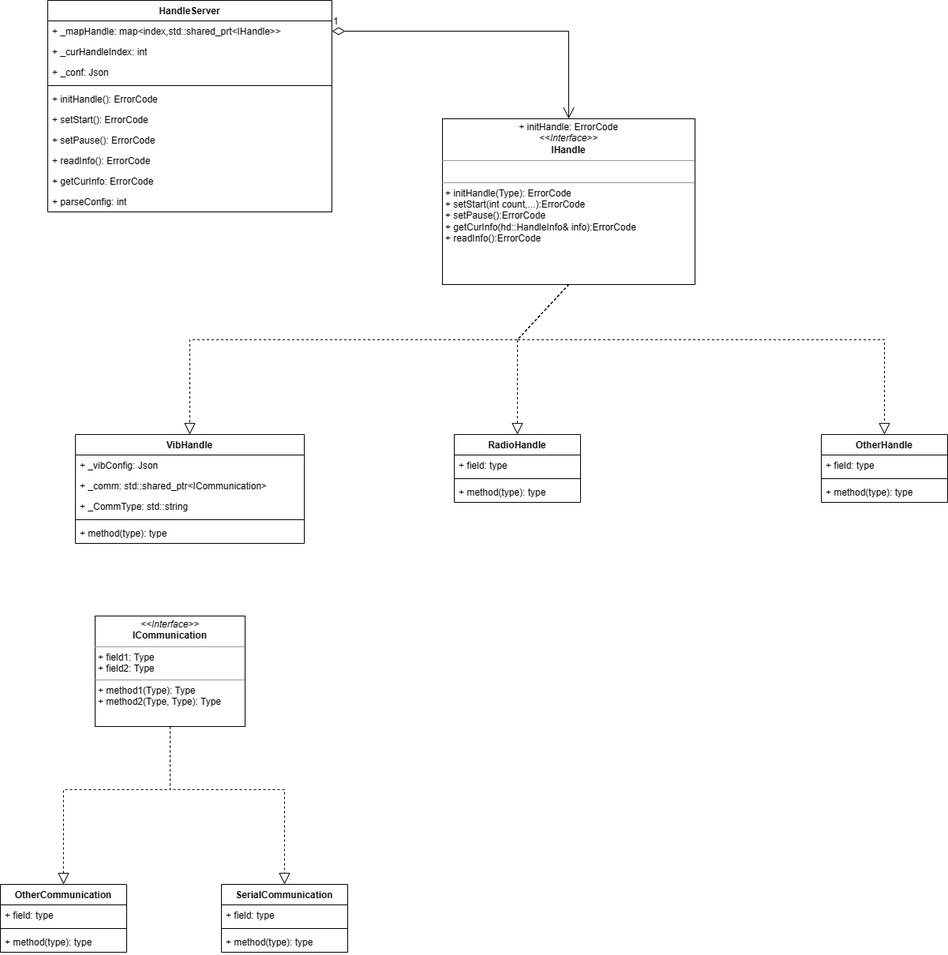
Earlier version of the draw.io export 理疗/理疗.drawio.png (Durpe/Drawio). Source tidied: cells renumbered, new cells last; positions are measured from the earlier drawing's top-left corner, leaving out a move shared by most shapes.
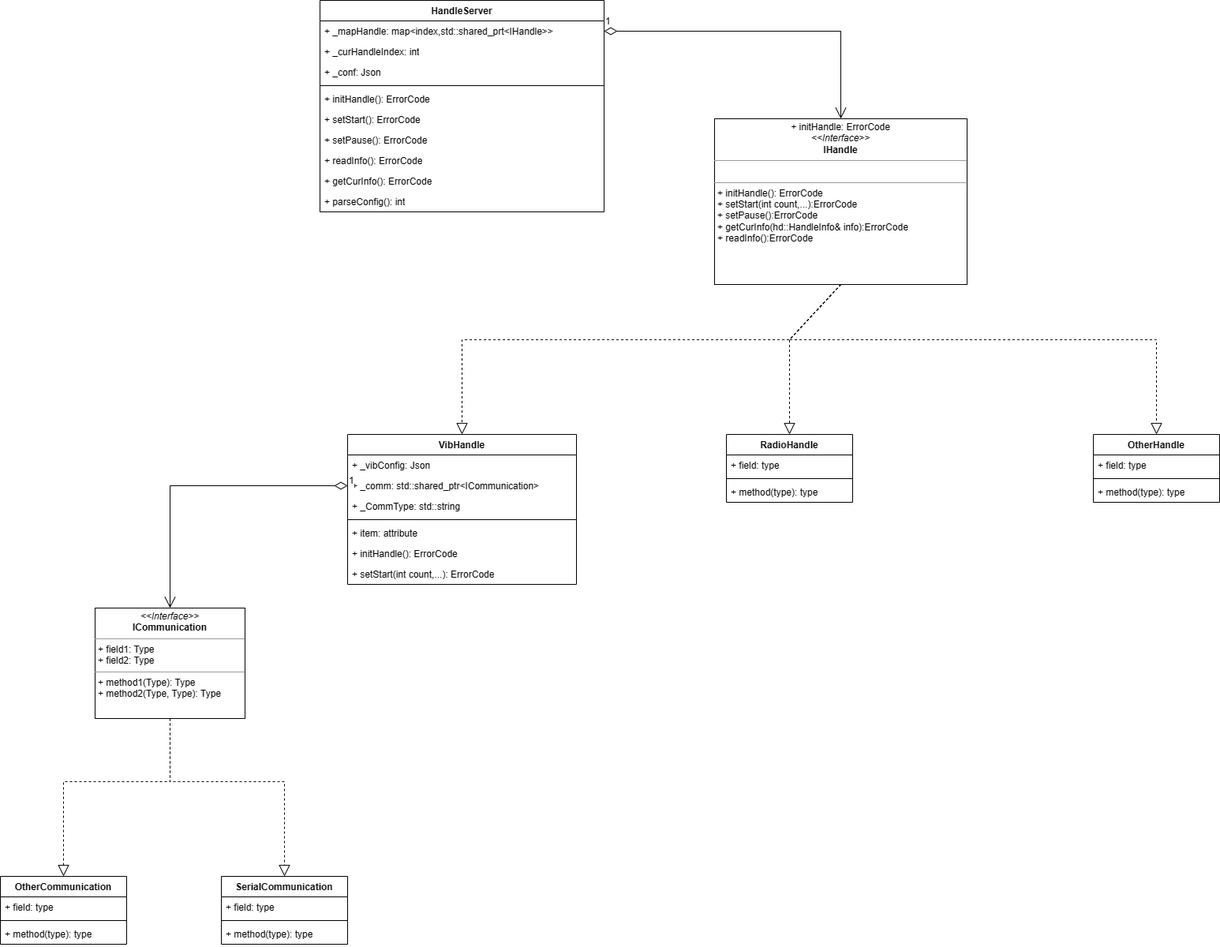
The same file after the commit.

The edit, as a diff of the source:
```diff
@@ -2,11 +2,11 @@
   <root>
     <mxCell id="0" />
     <mxCell id="1" parent="0" />
-    <mxCell id="2" value="&lt;p style=&quot;margin:0px;margin-top:4px;text-align:center;&quot;&gt;+ initHandle: ErrorCode&lt;br&gt;&lt;i&gt;&amp;lt;&amp;lt;Interface&amp;gt;&amp;gt;&lt;/i&gt;&lt;br&gt;&lt;b&gt;IHandle&lt;/b&gt;&lt;/p&gt;&lt;hr size=&quot;1&quot;&gt;&lt;p style=&quot;margin:0px;margin-left:4px;&quot;&gt;&lt;br&gt;&lt;/p&gt;&lt;hr size=&quot;1&quot;&gt;&lt;p style=&quot;margin:0px;margin-left:4px;&quot;&gt;+ initHandle(Type): ErrorCode&lt;br&gt;+ setStart(int count,...):ErrorCode&lt;/p&gt;&lt;p style=&quot;margin:0px;margin-left:4px;&quot;&gt;+ setPause():ErrorCode&lt;/p&gt;&lt;p style=&quot;margin:0px;margin-left:4px;&quot;&gt;+&amp;nbsp;getCurInfo(hd::HandleInfo&amp;amp; info):ErrorCode&lt;/p&gt;&lt;p style=&quot;margin:0px;margin-left:4px;&quot;&gt;+&amp;nbsp;readInfo():ErrorCode&lt;/p&gt;" style="verticalAlign=top;align=left;overflow=fill;fontSize=12;fontFamily=Helvetica;html=1;whiteSpace=wrap;" parent="1" vertex="1">
+    <mxCell id="2" value="&lt;p style=&quot;margin:0px;margin-top:4px;text-align:center;&quot;&gt;+ initHandle: ErrorCode&lt;br&gt;&lt;i&gt;&amp;lt;&amp;lt;Interface&amp;gt;&amp;gt;&lt;/i&gt;&lt;br&gt;&lt;b&gt;IHandle&lt;/b&gt;&lt;/p&gt;&lt;hr size=&quot;1&quot;&gt;&lt;p style=&quot;margin:0px;margin-left:4px;&quot;&gt;&lt;br&gt;&lt;/p&gt;&lt;hr size=&quot;1&quot;&gt;&lt;p style=&quot;margin:0px;margin-left:4px;&quot;&gt;+ initHandle(): ErrorCode&lt;br&gt;+ setStart(int count,...):ErrorCode&lt;/p&gt;&lt;p style=&quot;margin:0px;margin-left:4px;&quot;&gt;+ setPause():ErrorCode&lt;/p&gt;&lt;p style=&quot;margin:0px;margin-left:4px;&quot;&gt;+&amp;nbsp;getCurInfo(hd::HandleInfo&amp;amp; info):ErrorCode&lt;/p&gt;&lt;p style=&quot;margin:0px;margin-left:4px;&quot;&gt;+&amp;nbsp;readInfo():ErrorCode&lt;/p&gt;" style="verticalAlign=top;align=left;overflow=fill;fontSize=12;fontFamily=Helvetica;html=1;whiteSpace=wrap;" parent="1" vertex="1">
       <mxGeometry x="560" y="150" width="320" height="210" as="geometry" />
     </mxCell>
     <mxCell id="3" value="VibHandle" style="swimlane;fontStyle=1;align=center;verticalAlign=top;horizontal=1;startSize=26;whiteSpace=wrap;html=1;" parent="1" vertex="1">
-      <mxGeometry x="95" y="550" width="290" height="138" as="geometry" />
+      <mxGeometry x="95" y="550" width="290" height="190" as="geometry" />
     </mxCell>
     <mxCell id="4" value="+ _vibConfig: Json&amp;nbsp;" style="text;strokeColor=none;fillColor=none;align=left;verticalAlign=top;spacingLeft=4;spacingRight=4;overflow=hidden;whiteSpace=wrap;html=1;" parent="3" vertex="1">
       <mxGeometry y="26" width="290" height="26" as="geometry" />
@@ -20,9 +20,15 @@
     <mxCell id="7" style="line;strokeWidth=1;fillColor=none;align=left;verticalAlign=middle;spacingTop=-1;spacingLeft=3;spacingRight=3;labelPosition=right;strokeColor=inherit;" parent="3" vertex="1">
       <mxGeometry y="104" width="290" height="8" as="geometry" />
     </mxCell>
-    <mxCell id="8" value="+ method(type): type" style="text;strokeColor=none;fillColor=none;align=left;verticalAlign=top;spacingLeft=4;spacingRight=4;overflow=hidden;whiteSpace=wrap;html=1;" parent="3" vertex="1">
-      <mxGeometry y="112" width="290" height="26" as="geometry" />
-    </mxCell>
+    <mxCell id="43" value="+ item: attribute" style="text;strokeColor=none;fillColor=none;align=left;verticalAlign=top;spacingLeft=4;spacingRight=4;overflow=hidden;whiteSpace=wrap;html=1;" parent="3" vertex="1">
+      <mxGeometry y="112" width="290" height="26" as="geometry" />
+    </mxCell>
+    <mxCell id="44" value="+ initHandle(): ErrorCode" style="text;strokeColor=none;fillColor=none;align=left;verticalAlign=top;spacingLeft=4;spacingRight=4;overflow=hidden;whiteSpace=wrap;html=1;" parent="3" vertex="1">
+      <mxGeometry y="138" width="290" height="26" as="geometry" />
+    </mxCell>
+    <mxCell id="45" value="+ setStart(int count,...): ErrorCode" style="text;strokeColor=none;fillColor=none;align=left;verticalAlign=top;spacingLeft=4;spacingRight=4;overflow=hidden;whiteSpace=wrap;html=1;" parent="3" vertex="1">
+      <mxGeometry y="164" width="290" height="26" as="geometry" />
+    </mxCell>
     <mxCell id="9" style="endArrow=block;dashed=1;endFill=0;endSize=12;html=1;rounded=0;exitX=0.5;exitY=1;exitDx=0;exitDy=0;entryX=0.5;entryY=0;entryDx=0;entryDy=0;" parent="1" edge="1" source="2" target="3">
       <mxGeometry relative="1" as="geometry">
         <Array as="points">
@@ -51,10 +57,10 @@
       </mxGeometry>
     </mxCell>
     <mxCell id="15" value="&lt;p style=&quot;margin:0px;margin-top:4px;text-align:center;&quot;&gt;&lt;i&gt;&amp;lt;&amp;lt;Interface&amp;gt;&amp;gt;&lt;/i&gt;&lt;br&gt;&lt;b&gt;ICommunication&lt;/b&gt;&lt;/p&gt;&lt;hr size=&quot;1&quot;&gt;&lt;p style=&quot;margin:0px;margin-left:4px;&quot;&gt;+ field1: Type&lt;br&gt;+ field2: Type&lt;/p&gt;&lt;hr size=&quot;1&quot;&gt;&lt;p style=&quot;margin:0px;margin-left:4px;&quot;&gt;+ method1(Type): Type&lt;br&gt;+ method2(Type, Type): Type&lt;/p&gt;" style="verticalAlign=top;align=left;overflow=fill;fontSize=12;fontFamily=Helvetica;html=1;whiteSpace=wrap;" parent="1" vertex="1">
-      <mxGeometry x="120" y="780" width="190" height="140" as="geometry" />
+      <mxGeometry x="-225" y="770" width="190" height="140" as="geometry" />
     </mxCell>
     <mxCell id="16" value="OtherCommunication" style="swimlane;fontStyle=1;align=center;verticalAlign=top;horizontal=1;startSize=26;whiteSpace=wrap;html=1;" parent="1" vertex="1">
-      <mxGeometry y="1120" width="160" height="86" as="geometry" />
+      <mxGeometry x="-345" y="1110" width="160" height="86" as="geometry" />
     </mxCell>
     <mxCell id="17" value="+ field: type" style="text;strokeColor=none;fillColor=none;align=left;verticalAlign=top;spacingLeft=4;spacingRight=4;overflow=hidden;whiteSpace=wrap;html=1;" parent="16" vertex="1">
       <mxGeometry y="26" width="160" height="26" as="geometry" />
@@ -66,7 +72,7 @@
       <mxGeometry y="60" width="160" height="26" as="geometry" />
     </mxCell>
     <mxCell id="20" value="SerialCommunication" style="swimlane;fontStyle=1;align=center;verticalAlign=top;horizontal=1;startSize=26;whiteSpace=wrap;html=1;" parent="1" vertex="1">
-      <mxGeometry x="280" y="1120" width="160" height="86" as="geometry" />
+      <mxGeometry x="-65" y="1110" width="160" height="86" as="geometry" />
     </mxCell>
     <mxCell id="21" value="+ field: type" style="text;strokeColor=none;fillColor=none;align=left;verticalAlign=top;spacingLeft=4;spacingRight=4;overflow=hidden;whiteSpace=wrap;html=1;" parent="20" vertex="1">
       <mxGeometry y="26" width="160" height="26" as="geometry" />
@@ -80,16 +86,16 @@
     <mxCell id="24" style="endArrow=block;dashed=1;endFill=0;endSize=12;html=1;rounded=0;exitX=0.5;exitY=1;exitDx=0;exitDy=0;entryX=0.5;entryY=0;entryDx=0;entryDy=0;" parent="1" edge="1" source="15" target="16">
       <mxGeometry relative="1" as="geometry">
         <Array as="points">
-          <mxPoint x="215" y="1000" />
-          <mxPoint x="80" y="1000" />
+          <mxPoint x="-130" y="990" />
+          <mxPoint x="-265" y="990" />
         </Array>
       </mxGeometry>
     </mxCell>
     <mxCell id="25" style="endArrow=block;dashed=1;endFill=0;endSize=12;html=1;rounded=0;exitX=0.5;exitY=1;exitDx=0;exitDy=0;entryX=0.5;entryY=0;entryDx=0;entryDy=0;" parent="1" edge="1" source="15" target="20">
       <mxGeometry relative="1" as="geometry">
         <Array as="points">
-          <mxPoint x="215" y="1000" />
-          <mxPoint x="360" y="1000" />
+          <mxPoint x="-130" y="990" />
+          <mxPoint x="15" y="990" />
         </Array>
       </mxGeometry>
     </mxCell>
@@ -140,14 +146,17 @@
     <mxCell id="39" value="+ readInfo(): ErrorCode" style="text;strokeColor=none;fillColor=none;align=left;verticalAlign=top;spacingLeft=4;spacingRight=4;overflow=hidden;whiteSpace=wrap;html=1;" parent="31" vertex="1">
       <mxGeometry y="190" width="360" height="26" as="geometry" />
     </mxCell>
-    <mxCell id="40" value="+ getCurInfo: ErrorCode" style="text;strokeColor=none;fillColor=none;align=left;verticalAlign=top;spacingLeft=4;spacingRight=4;overflow=hidden;whiteSpace=wrap;html=1;" parent="31" vertex="1">
+    <mxCell id="40" value="+ getCurInfo(): ErrorCode" style="text;strokeColor=none;fillColor=none;align=left;verticalAlign=top;spacingLeft=4;spacingRight=4;overflow=hidden;whiteSpace=wrap;html=1;" parent="31" vertex="1">
       <mxGeometry y="216" width="360" height="26" as="geometry" />
     </mxCell>
-    <mxCell id="41" value="+ parseConfig: int" style="text;strokeColor=none;fillColor=none;align=left;verticalAlign=top;spacingLeft=4;spacingRight=4;overflow=hidden;whiteSpace=wrap;html=1;" parent="31" vertex="1">
+    <mxCell id="41" value="+ parseConfig(): int" style="text;strokeColor=none;fillColor=none;align=left;verticalAlign=top;spacingLeft=4;spacingRight=4;overflow=hidden;whiteSpace=wrap;html=1;" parent="31" vertex="1">
       <mxGeometry y="242" width="360" height="26" as="geometry" />
     </mxCell>
     <mxCell id="42" value="1" style="endArrow=open;html=1;endSize=12;startArrow=diamondThin;startSize=14;startFill=0;edgeStyle=orthogonalEdgeStyle;align=left;verticalAlign=bottom;rounded=0;exitX=1;exitY=0.5;exitDx=0;exitDy=0;entryX=0.5;entryY=0;entryDx=0;entryDy=0;" parent="1" edge="1" source="32" target="2">
       <mxGeometry x="-1" y="3" relative="1" as="geometry" />
     </mxCell>
+    <mxCell id="46" value="1" style="endArrow=open;html=1;endSize=12;startArrow=diamondThin;startSize=14;startFill=0;edgeStyle=orthogonalEdgeStyle;align=left;verticalAlign=bottom;rounded=0;entryX=0.5;entryY=0;entryDx=0;entryDy=0;exitX=0;exitY=0.5;exitDx=0;exitDy=0;" parent="1" edge="1" source="5" target="15">
+      <mxGeometry x="-1" y="3" relative="1" as="geometry" />
+    </mxCell>
   </root>
 </mxGraphModel>
```
